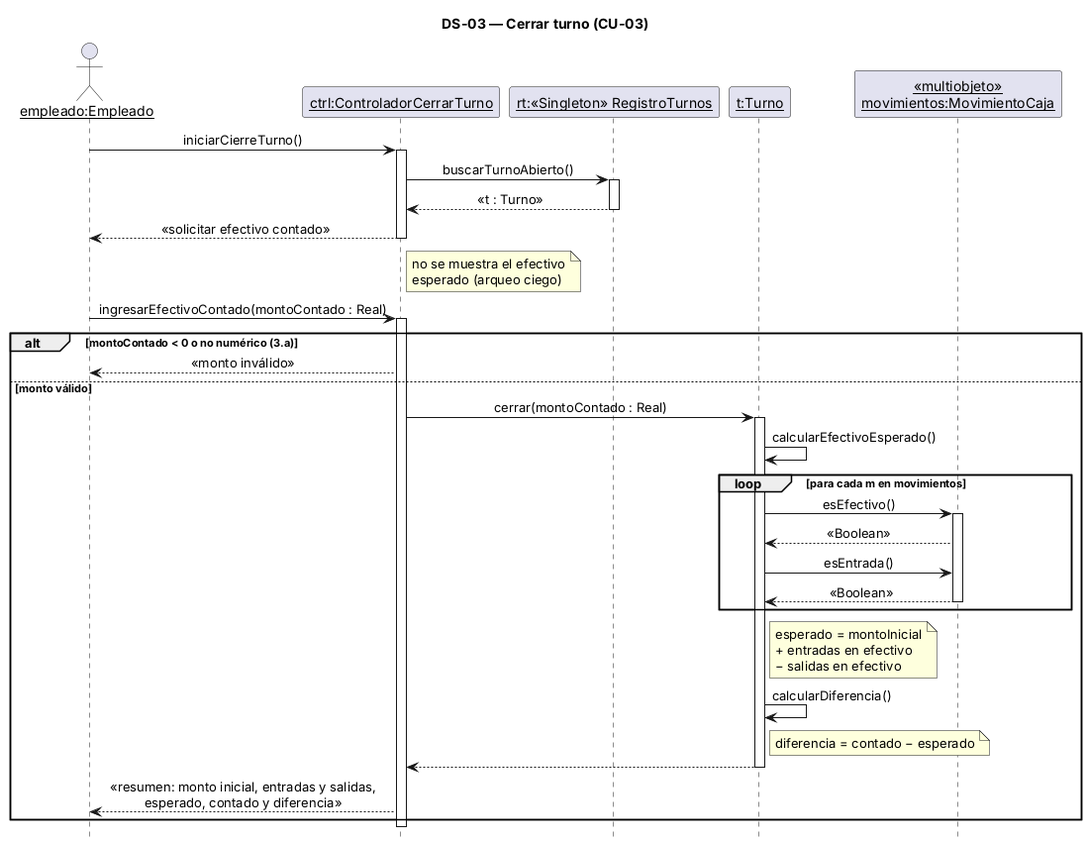
alanbalzaretti123/control-de-stock1 keeps this PlantUML diagram as 08-Diagrama De Secuencia/DS-03 Cerrar turno.png. Above is the earlier version.
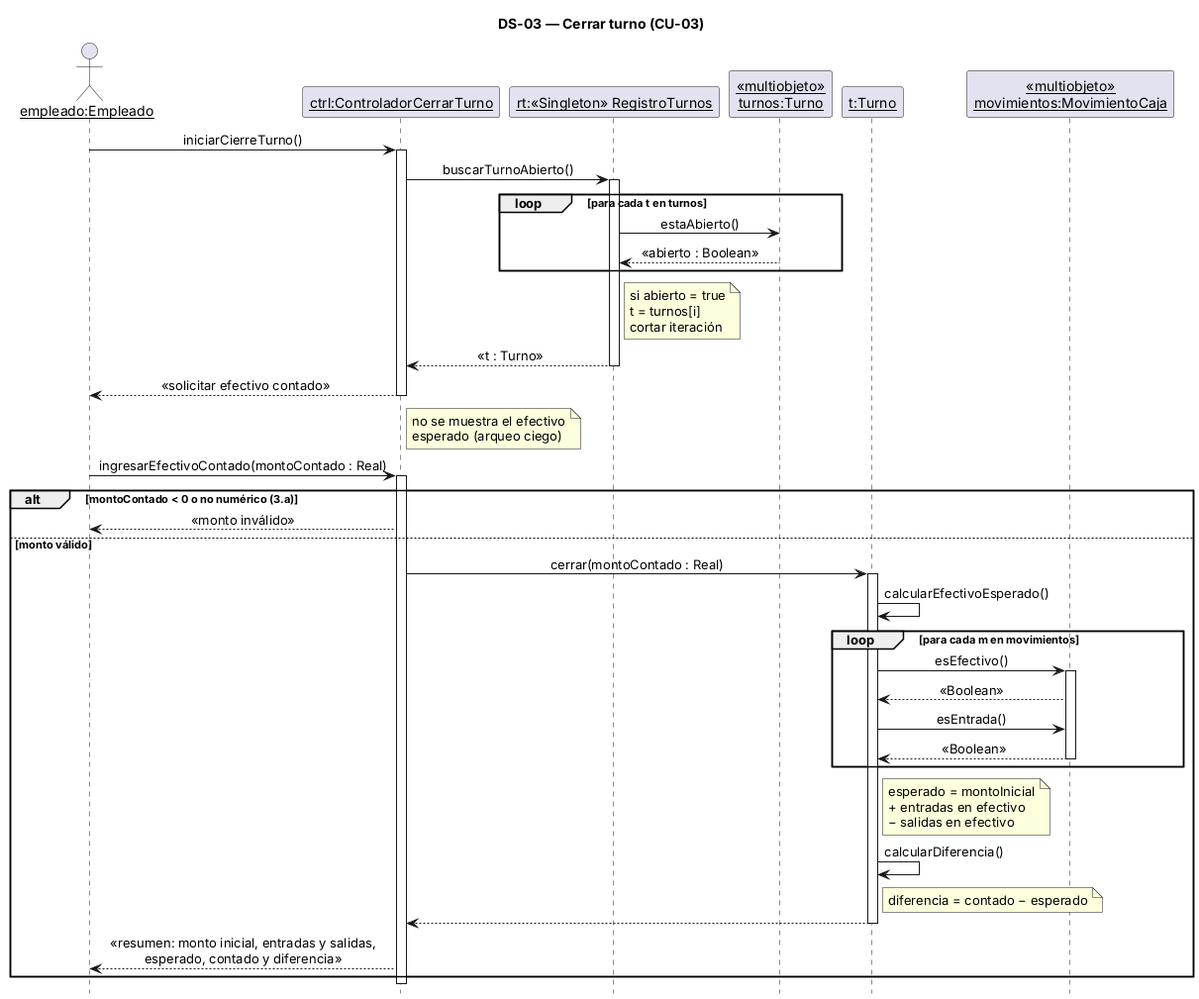
After the change.

What changed in the source:
```diff
@@ -8,6 +8,7 @@
 actor "empleado:Empleado" as U
 participant "ctrl:ControladorCerrarTurno" as C
 participant "rt:«Singleton» RegistroTurnos" as RT
+participant "«multiobjeto»\nturnos:Turno" as MTU
 participant "t:Turno" as T
 participant "«multiobjeto»\nmovimientos:MovimientoCaja" as M
 
@@ -15,6 +16,11 @@
 activate C
 C -> RT : buscarTurnoAbierto()
 activate RT
+loop para cada t en turnos
+  RT -> MTU : estaAbierto()
+  MTU --> RT : «abierto : Boolean»
+end
+note right of RT : si abierto = true\nt = turnos[i]\ncortar iteración
 RT --> C : «t : Turno»
 deactivate RT
 C --> U : «solicitar efectivo contado»
```
